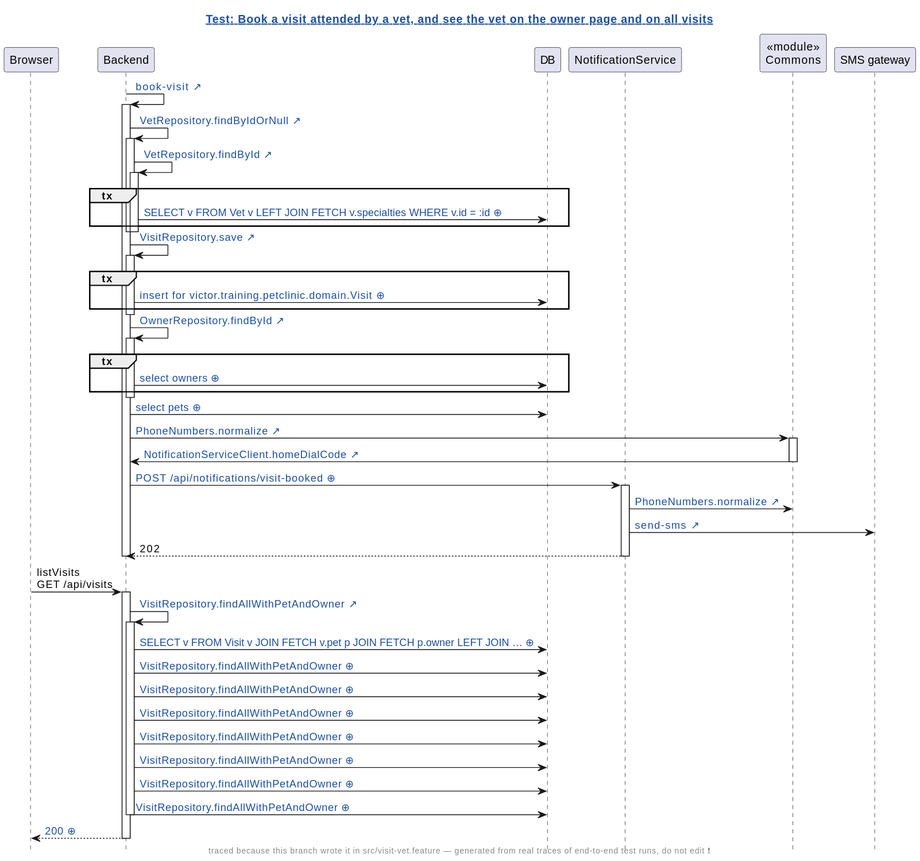
Earlier version of the PlantUML export demo/demo/assets/diagrams/petclinic-test_generated_visit-vet.feature.book-a-visit-attended-by-a-vet-and-see-the-vet-on-the-owner-page-and-on-all-visits.genseq.diff.svg (AgustinOliver98/human-review).
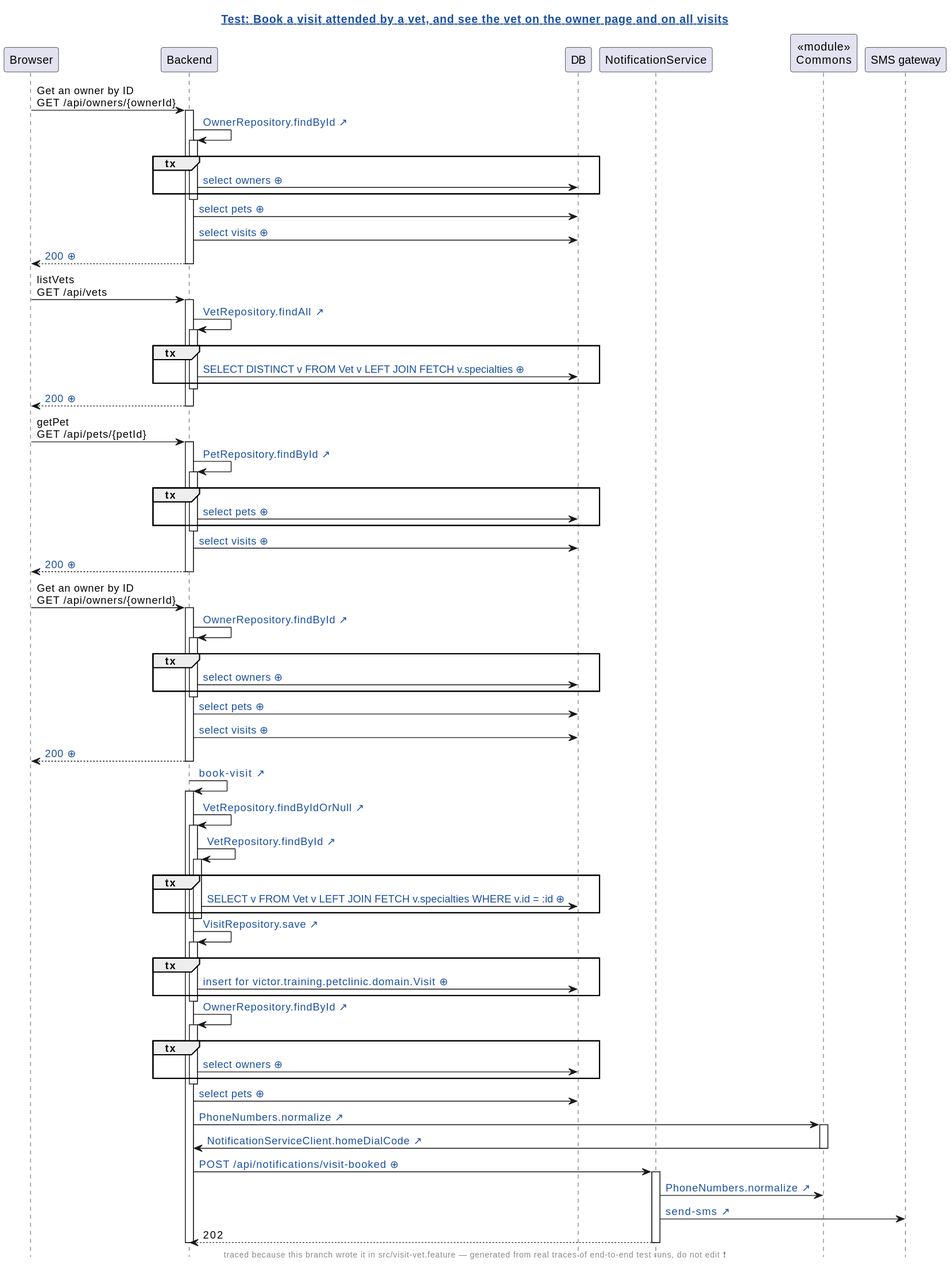
Above is the later version.

What changed in the source:
```diff
@@ -2,7 +2,7 @@
 hide footbox
 skinparam hyperlinkUnderline false
 skinparam hyperlinkColor #1A4FA0
-title [[src://petclinic-test/src/visit-vet.feature:9{Click to open the test} Test: Book a visit attended by a vet, and see the vet on the owner page and on all visits]]
+title [[src://petclinic-test/src/visit-vet.feature:11{Click to open the test} Test: Book a visit attended by a vet, and see the vet on the owner page and on all visits]]
 footer traced because this branch wrote it in src/visit-vet.feature — generated from real traces of end-to-end test runs, do not edit ❗
 participant Browser
 participant Backend
@@ -10,6 +10,51 @@
 participant NotificationService
 participant "«module»\nCommons" as Commons
 participant "SMS gateway"
+Browser -> Backend: Get an owner by ID\nGET /api/owners/{ownerId}
+activate Backend
+Backend -> Backend: [[src://petclinic-backend/src/main/java/victor/training/petclinic/repository/OwnerRepository.java:14{Click to open OwnerRepository.findById} OwnerRepository.findById ↗]]
+activate Backend
+group tx
+Backend -> DB: [[genseq://0x8aana{Click for the statement behind this call} select owners ⊕]]
+end
+deactivate Backend
+Backend -> DB: [[genseq://18567ho{Click for the statement behind this call} select pets ⊕]]
+Backend -> DB: [[genseq://1eq1h2q{Click for the statement behind this call} select visits ⊕]]
+Backend --> Browser: [[genseq://1bhasc1{Click for this call’s JSON body} 200 ⊕]]
+deactivate Backend
+Browser -> Backend: listVets\nGET /api/vets
+activate Backend
+Backend -> Backend: [[src://petclinic-backend/src/main/java/victor/training/petclinic/repository/VetRepository.java:13{Click to open VetRepository.findAll} VetRepository.findAll ↗]]
+activate Backend
+group tx
+Backend -> DB: [[genseq://0p6yxbc{Click for the statement behind this call} SELECT DISTINCT v FROM Vet v LEFT JOIN FETCH v.specialties ⊕]]
+end
+deactivate Backend
+Backend --> Browser: [[genseq://1nmg2oo{Click for this call’s JSON body} 200 ⊕]]
+deactivate Backend
+Browser -> Backend: getPet\nGET /api/pets/{petId}
+activate Backend
+Backend -> Backend: [[src://petclinic-backend/src/main/java/victor/training/petclinic/repository/PetRepository.java:16{Click to open PetRepository.findById} PetRepository.findById ↗]]
+activate Backend
+group tx
+Backend -> DB: [[genseq://0y7w2ps{Click for the statement behind this call} select pets ⊕]]
+end
+deactivate Backend
+Backend -> DB: [[genseq://1eq1h2q{Click for the statement behind this call} select visits ⊕]]
+Backend --> Browser: [[genseq://0n1gsl8{Click for this call’s JSON body} 200 ⊕]]
+deactivate Backend
+Browser -> Backend: Get an owner by ID\nGET /api/owners/{ownerId}
+activate Backend
+Backend -> Backend: [[src://petclinic-backend/src/main/java/victor/training/petclinic/repository/OwnerRepository.java:14{Click to open OwnerRepository.findById} OwnerRepository.findById ↗]]
+activate Backend
+group tx
+Backend -> DB: [[genseq://0x8aana{Click for the statement behind this call} select owners ⊕]]
+end
+deactivate Backend
+Backend -> DB: [[genseq://18567ho{Click for the statement behind this call} select pets ⊕]]
+Backend -> DB: [[genseq://1eq1h2q{Click for the statement behind this call} select visits ⊕]]
+Backend --> Browser: [[genseq://1bhasc1{Click for this call’s JSON body} 200 ⊕]]
+deactivate Backend
 Backend -> Backend: [[src://petclinic-backend/src/main/java/victor/training/petclinic/rest/OwnerRestController.java:193{Click to open OwnerRestController.bookVisit} book-visit ↗]]
 activate Backend
 Backend -> Backend: [[src://petclinic-backend/src/main/java/victor/training/petclinic/repository/VetRepository.java:19{Click to open VetRepository.findByIdOrNull} VetRepository.findByIdOrNull ↗]]
@@ -24,7 +69,7 @@
 Backend -> Backend: [[src://petclinic-backend/src/main/java/victor/training/petclinic/repository/VisitRepository.java:14{Click to open VisitRepository.save} VisitRepository.save ↗]]
 activate Backend
 group tx
-Backend -> DB: [[genseq://1btza27{Click for the statement behind this call} insert for victor.training.petclinic.domain.Visit ⊕]]
+Backend -> DB: [[genseq://0rtjcxu{Click for the statement behind this call} insert for victor.training.petclinic.domain.Visit ⊕]]
 end
 deactivate Backend
 Backend -> Backend: [[src://petclinic-backend/src/main/java/victor/training/petclinic/repository/OwnerRepository.java:14{Click to open OwnerRepository.findById} OwnerRepository.findById ↗]]
@@ -45,19 +90,4 @@
 NotificationService --> Backend: 202
 deactivate NotificationService
 deactivate Backend
-Browser -> Backend: listVisits\nGET /api/visits
-activate Backend
-Backend -> Backend: [[src://petclinic-backend/src/main/java/victor/training/petclinic/repository/VisitRepository.java:19{Click to open VisitRepository.findAllWithPetAndOwner} VisitRepository.findAllWithPetAndOwner ↗]]
-activate Backend
-Backend -> DB: [[genseq://1706k1o{Click for the statement behind this call} SELECT v FROM Visit v JOIN FETCH v.pet p JOIN FETCH p.owner LEFT JOIN … ⊕]]
-Backend -> DB: [[genseq://0cvbten{Click for the statement behind this call} VisitRepository.findAllWithPetAndOwner ⊕]]
-Backend -> DB: [[genseq://0xm9qzg{Click for the statement behind this call} VisitRepository.findAllWithPetAndOwner ⊕]]
-Backend -> DB: [[genseq://070fg5f{Click for the statement behind this call} VisitRepository.findAllWithPetAndOwner ⊕]]
-Backend -> DB: [[genseq://1heb9yw{Click for the statement behind this call} VisitRepository.findAllWithPetAndOwner ⊕]]
-Backend -> DB: [[genseq://0g8ptx2{Click for the statement behind this call} VisitRepository.findAllWithPetAndOwner ⊕]]
-Backend -> DB: [[genseq://0i1m34t{Click for the statement behind this call} VisitRepository.findAllWithPetAndOwner ⊕]]
-Backend -> DB: [[genseq://094wceq{Click for the statement behind this call} VisitRepository.findAllWithPetAndOwner ⊕]]
-deactivate Backend
-Backend --> Browser: [[genseq://0p8wewa{Click for this call’s JSON body} 200 ⊕]]
-deactivate Backend
 @enduml
```
